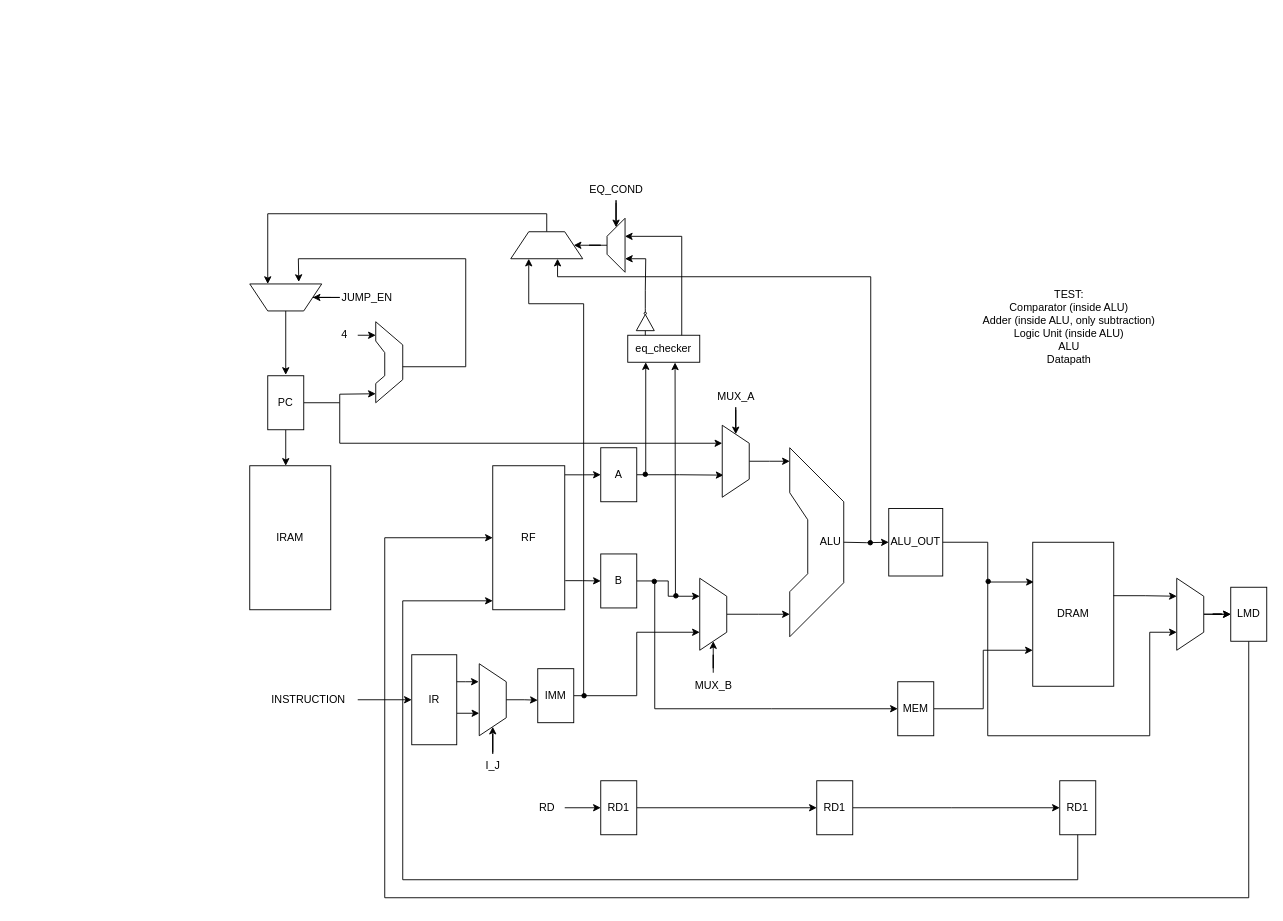
Earlier version of the draw.io diagram dlx.drawio (Luca-002/dlx). Source tidied: cells renumbered, new cells numbered last; positions are measured from the earlier drawing's top-left corner, leaving out a move shared by most shapes. Both pictures are drawn from the tidied source at 90%, with x=0, y=0 at pixel (249, 176).
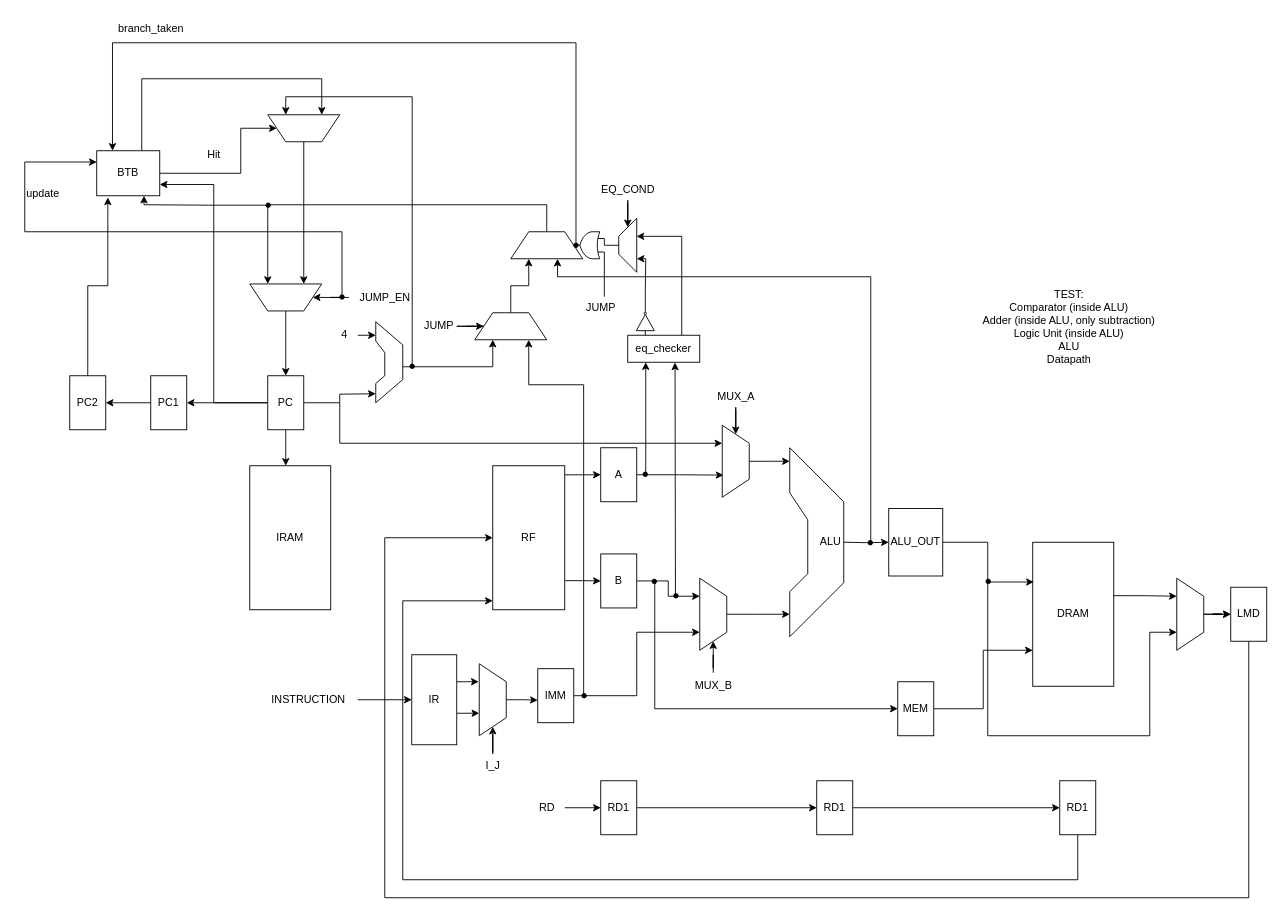
Above is the later version.

Unchanged cells that the change refers to:
```xml
<mxCell id="39" value="PC" style="whiteSpace=wrap;html=1;" parent="1" vertex="1">
  <mxGeometry x="20" y="222" width="40" height="60" as="geometry" />
</mxCell>
<mxCell id="65" style="shape=trapezoid;perimeter=trapezoidPerimeter;whiteSpace=wrap;html=1;fixedSize=1;rotation=0;" parent="1" vertex="1">
  <mxGeometry x="290" y="62" width="80" height="30" as="geometry" />
</mxCell>
```

Diff of the diagram source:
```diff
@@
+    <mxCell id="102" style="edgeStyle=orthogonalEdgeStyle;rounded=0;jettySize=auto;html=1;entryX=1;entryY=0.75;entryDx=0;entryDy=0;" parent="1" edge="1" source="39" target="121">
+      <mxGeometry relative="1" as="geometry" />
+    </mxCell>
+    <mxCell id="103" style="edgeStyle=orthogonalEdgeStyle;rounded=0;jettySize=auto;html=1;entryX=1;entryY=0.5;entryDx=0;entryDy=0;" parent="1" edge="1" source="39" target="126">
+      <mxGeometry relative="1" as="geometry" />
+    </mxCell>
@@
-    <mxCell id="64" style="edgeStyle=orthogonalEdgeStyle;rounded=0;jettySize=auto;html=1;entryX=0.75;entryY=1;entryDx=0;entryDy=0;" parent="1" edge="1" source="65" target="92">
-      <mxGeometry relative="1" as="geometry">
-        <Array as="points">
-          <mxPoint x="330" y="42" />
-          <mxPoint x="20" y="42" />
-        </Array>
-      </mxGeometry>
-    </mxCell>
+    <mxCell id="104" style="edgeStyle=orthogonalEdgeStyle;rounded=0;jettySize=auto;html=1;entryX=0.75;entryY=1;entryDx=0;entryDy=0;" parent="1" edge="1" source="65" target="110">
+      <mxGeometry relative="1" as="geometry">
+        <Array as="points">
+          <mxPoint x="330" y="32" />
+          <mxPoint x="20" y="32" />
+        </Array>
+      </mxGeometry>
+    </mxCell>
@@
-    <mxCell id="78" style="edgeStyle=orthogonalEdgeStyle;rounded=0;jettySize=auto;html=1;entryX=0;entryY=0.5;entryDx=0;entryDy=0;" parent="1" edge="1" source="79" target="92">
-      <mxGeometry relative="1" as="geometry" />
-    </mxCell>
+    <mxCell id="105" style="edgeStyle=orthogonalEdgeStyle;rounded=0;jettySize=auto;html=1;entryX=0;entryY=0.5;entryDx=0;entryDy=0;" parent="1" edge="1" source="79" target="107">
+      <mxGeometry relative="1" as="geometry" />
+    </mxCell>
-    <mxCell id="79" value="JUMP_EN" style="text;html=1;align=center;verticalAlign=middle;points=[];strokeColor=none;fillColor=none;" parent="1" vertex="1">
-      <mxGeometry x="90" y="120" width="80" height="30" as="geometry" />
+    <mxCell id="79" value="JUMP" style="text;html=1;align=center;verticalAlign=middle;points=[];strokeColor=none;fillColor=none;" parent="1" vertex="1">
+      <mxGeometry x="180" y="152" width="60" height="30" as="geometry" />
     </mxCell>
-    <mxCell id="80" style="edgeStyle=orthogonalEdgeStyle;rounded=0;jettySize=auto;html=1;" parent="1" edge="1" source="81" target="65">
-      <mxGeometry relative="1" as="geometry" />
-    </mxCell>
     <mxCell id="81" style="shape=trapezoid;perimeter=trapezoidPerimeter;whiteSpace=wrap;html=1;fixedSize=1;rotation=-90;" parent="1" vertex="1">
-      <mxGeometry x="377" y="67" width="60" height="20" as="geometry" />
+      <mxGeometry x="390" y="67" width="60" height="20" as="geometry" />
     </mxCell>
@@
     <mxCell id="86" value="EQ_COND" style="text;html=1;align=center;verticalAlign=middle;points=[];strokeColor=none;fillColor=none;" parent="1" vertex="1">
-      <mxGeometry x="367" width="80" height="30" as="geometry" />
+      <mxGeometry x="380" width="80" height="30" as="geometry" />
     </mxCell>
@@
-    <mxCell id="92" style="shape=trapezoid;perimeter=trapezoidPerimeter;whiteSpace=wrap;html=1;fixedSize=1;rotation=-180;" parent="1" vertex="1">
-      <mxGeometry y="120" width="80" height="30" as="geometry" />
-    </mxCell>
-    <mxCell id="93" style="endArrow=classic;html=1;rounded=0;entryX=0.319;entryY=1.074;entryDx=0;entryDy=0;entryPerimeter=0;" parent="1" edge="1" target="92">
-      <mxGeometry relative="1" as="geometry">
-        <mxPoint x="170" y="212" as="sourcePoint" />
-        <Array as="points">
-          <mxPoint x="240" y="212" />
-          <mxPoint x="240" y="92" />
-          <mxPoint x="54" y="92" />
-        </Array>
-      </mxGeometry>
-    </mxCell>
-    <mxCell id="94" style="edgeStyle=orthogonalEdgeStyle;rounded=0;jettySize=auto;html=1;" parent="1" edge="1" source="92">
-      <mxGeometry relative="1" as="geometry">
-        <mxPoint x="40" y="221" as="targetPoint" />
-        <Array as="points">
-          <mxPoint x="40" y="221" />
-        </Array>
-      </mxGeometry>
-    </mxCell>
-    <mxCell id="95" style="endArrow=classic;html=1;rounded=0;entryX=0.25;entryY=1;entryDx=0;entryDy=0;" parent="1" edge="1" target="65">
+    <mxCell id="95" style="endArrow=classic;html=1;rounded=0;entryX=0.75;entryY=1;entryDx=0;entryDy=0;" parent="1" edge="1" target="107">
       <mxGeometry relative="1" as="geometry">
         <mxPoint x="371" y="577" as="sourcePoint" />
         <Array as="points">
-          <mxPoint x="371" y="142" />
-          <mxPoint x="310" y="142" />
+          <mxPoint x="371" y="232" />
+          <mxPoint x="310" y="232" />
         </Array>
       </mxGeometry>
     </mxCell>
@@
+    <mxCell id="106" style="edgeStyle=orthogonalEdgeStyle;rounded=0;jettySize=auto;html=1;entryX=0.25;entryY=1;entryDx=0;entryDy=0;" parent="1" edge="1" source="107" target="65">
+      <mxGeometry relative="1" as="geometry" />
+    </mxCell>
+    <mxCell id="107" style="shape=trapezoid;perimeter=trapezoidPerimeter;whiteSpace=wrap;html=1;fixedSize=1;rotation=0;" parent="1" vertex="1">
+      <mxGeometry x="250" y="152" width="80" height="30" as="geometry" />
+    </mxCell>
+    <mxCell id="108" style="endArrow=classic;html=1;rounded=0;entryX=0.25;entryY=1;entryDx=0;entryDy=0;" parent="1" edge="1" target="107">
+      <mxGeometry relative="1" as="geometry">
+        <mxPoint x="170" y="212" as="sourcePoint" />
+        <Array as="points">
+          <mxPoint x="270" y="212" />
+        </Array>
+      </mxGeometry>
+    </mxCell>
+    <mxCell id="109" style="edgeStyle=orthogonalEdgeStyle;rounded=0;jettySize=auto;html=1;" parent="1" edge="1" source="110" target="39">
+      <mxGeometry relative="1" as="geometry" />
+    </mxCell>
+    <mxCell id="110" style="shape=trapezoid;perimeter=trapezoidPerimeter;whiteSpace=wrap;html=1;fixedSize=1;rotation=-180;" parent="1" vertex="1">
+      <mxGeometry y="120" width="80" height="30" as="geometry" />
+    </mxCell>
+    <mxCell id="111" style="endArrow=none;html=1;rounded=0;entryX=0.5;entryY=0;entryDx=0;entryDy=0;exitX=0;exitY=0.75;exitDx=0;exitDy=0;exitPerimeter=0;" parent="1" edge="1" source="118" target="81">
+      <mxGeometry relative="1" as="geometry">
+        <Array as="points">
+          <mxPoint x="394" y="77" />
+        </Array>
+      </mxGeometry>
+    </mxCell>
+    <mxCell id="112" value="JUMP" style="text;html=1;align=center;verticalAlign=middle;points=[];strokeColor=none;fillColor=none;" parent="1" vertex="1">
+      <mxGeometry x="360" y="132" width="60" height="30" as="geometry" />
+    </mxCell>
+    <mxCell id="113" style="endArrow=none;html=1;rounded=0;entryX=0;entryY=0.25;entryDx=0;entryDy=0;entryPerimeter=0;exitX=0.566;exitY=0.07;exitDx=0;exitDy=0;exitPerimeter=0;" parent="1" edge="1" source="112" target="118">
+      <mxGeometry relative="1" as="geometry" />
+    </mxCell>
+    <mxCell id="114" style="edgeStyle=orthogonalEdgeStyle;rounded=0;jettySize=auto;html=1;entryX=0.75;entryY=1;entryDx=0;entryDy=0;" parent="1" edge="1" source="115" target="123">
+      <mxGeometry relative="1" as="geometry">
+        <Array as="points">
+          <mxPoint x="180" y="-88" />
+          <mxPoint x="40" y="-88" />
+        </Array>
+      </mxGeometry>
+    </mxCell>
+    <mxCell id="115" style="ellipse;whiteSpace=wrap;html=1;fillColor=#000000;" parent="1" vertex="1">
+      <mxGeometry x="178" y="209" width="5" height="5" as="geometry" />
+    </mxCell>
+    <mxCell id="116" style="edgeStyle=orthogonalEdgeStyle;rounded=0;jettySize=auto;html=1;entryX=0;entryY=0.5;entryDx=0;entryDy=0;" parent="1" edge="1" source="117" target="110">
+      <mxGeometry relative="1" as="geometry" />
+    </mxCell>
+    <mxCell id="117" value="JUMP_EN" style="text;html=1;align=center;verticalAlign=middle;points=[];strokeColor=none;fillColor=none;" parent="1" vertex="1">
+      <mxGeometry x="110" y="120" width="80" height="30" as="geometry" />
+    </mxCell>
+    <mxCell id="118" style="verticalLabelPosition=bottom;shadow=0;dashed=0;align=center;html=1;verticalAlign=top;shape=mxgraph.electrical.logic_gates.logic_gate;operation=or;rotation=-180;" parent="1" vertex="1">
+      <mxGeometry x="360" y="62" width="34" height="30" as="geometry" />
+    </mxCell>
+    <mxCell id="119" style="edgeStyle=orthogonalEdgeStyle;rounded=0;jettySize=auto;html=1;entryX=1;entryY=0.5;entryDx=0;entryDy=0;" parent="1" edge="1" source="121" target="123">
+      <mxGeometry relative="1" as="geometry">
+        <Array as="points">
+          <mxPoint x="-10" y="-3" />
+          <mxPoint x="-10" y="-53" />
+        </Array>
+      </mxGeometry>
+    </mxCell>
+    <mxCell id="120" style="edgeStyle=orthogonalEdgeStyle;rounded=0;jettySize=auto;html=1;entryX=0.25;entryY=1;entryDx=0;entryDy=0;" parent="1" edge="1" source="121" target="123">
+      <mxGeometry relative="1" as="geometry">
+        <Array as="points">
+          <mxPoint x="-120" y="-108" />
+          <mxPoint x="80" y="-108" />
+        </Array>
+      </mxGeometry>
+    </mxCell>
+    <mxCell id="121" value="&lt;div&gt;BTB&lt;/div&gt;" style="whiteSpace=wrap;html=1;" parent="1" vertex="1">
+      <mxGeometry x="-170" y="-28" width="70" height="50" as="geometry" />
+    </mxCell>
+    <mxCell id="122" style="edgeStyle=orthogonalEdgeStyle;rounded=0;jettySize=auto;html=1;entryX=0.25;entryY=1;entryDx=0;entryDy=0;" parent="1" edge="1" source="123" target="110">
+      <mxGeometry relative="1" as="geometry" />
+    </mxCell>
+    <mxCell id="123" style="shape=trapezoid;perimeter=trapezoidPerimeter;whiteSpace=wrap;html=1;fixedSize=1;rotation=-180;" parent="1" vertex="1">
+      <mxGeometry x="20" y="-68" width="80" height="30" as="geometry" />
+    </mxCell>
+    <mxCell id="124" value="Hit" style="text;html=1;align=center;verticalAlign=middle;strokeColor=none;fillColor=none;" parent="1" vertex="1">
+      <mxGeometry x="-60" y="-38" width="40" height="30" as="geometry" />
+    </mxCell>
+    <mxCell id="125" style="edgeStyle=orthogonalEdgeStyle;rounded=0;jettySize=auto;html=1;" parent="1" edge="1" source="126" target="127">
+      <mxGeometry relative="1" as="geometry" />
+    </mxCell>
+    <mxCell id="126" value="PC1" style="whiteSpace=wrap;html=1;" parent="1" vertex="1">
+      <mxGeometry x="-110" y="222" width="40" height="60" as="geometry" />
+    </mxCell>
+    <mxCell id="127" value="PC2" style="whiteSpace=wrap;html=1;" parent="1" vertex="1">
+      <mxGeometry x="-200" y="222" width="40" height="60" as="geometry" />
+    </mxCell>
+    <mxCell id="128" style="edgeStyle=orthogonalEdgeStyle;rounded=0;jettySize=auto;html=1;entryX=0.176;entryY=1.037;entryDx=0;entryDy=0;entryPerimeter=0;" parent="1" edge="1" source="127" target="121">
+      <mxGeometry relative="1" as="geometry" />
+    </mxCell>
+    <mxCell id="129" style="edgeStyle=orthogonalEdgeStyle;rounded=0;jettySize=auto;html=1;entryX=0.75;entryY=1;entryDx=0;entryDy=0;" parent="1" edge="1" source="130" target="121">
+      <mxGeometry relative="1" as="geometry">
+        <Array as="points">
+          <mxPoint x="-41" y="33" />
+          <mxPoint x="-117" y="32" />
+        </Array>
+      </mxGeometry>
+    </mxCell>
+    <mxCell id="130" style="ellipse;whiteSpace=wrap;html=1;fillColor=#000000;" parent="1" vertex="1">
+      <mxGeometry x="18" y="30" width="5" height="5" as="geometry" />
+    </mxCell>
+    <mxCell id="131" style="edgeStyle=orthogonalEdgeStyle;rounded=0;jettySize=auto;html=1;entryX=0;entryY=0.25;entryDx=0;entryDy=0;" parent="1" edge="1" source="132" target="121">
+      <mxGeometry relative="1" as="geometry">
+        <Array as="points">
+          <mxPoint x="103" y="62" />
+          <mxPoint x="-250" y="62" />
+          <mxPoint x="-250" y="-15" />
+        </Array>
+      </mxGeometry>
+    </mxCell>
+    <mxCell id="132" style="ellipse;whiteSpace=wrap;html=1;fillColor=#000000;" parent="1" vertex="1">
+      <mxGeometry x="100" y="132" width="5" height="5" as="geometry" />
+    </mxCell>
+    <mxCell id="133" value="update" style="text;html=1;align=center;verticalAlign=middle;strokeColor=none;fillColor=none;" parent="1" vertex="1">
+      <mxGeometry x="-260" y="5" width="60" height="30" as="geometry" />
+    </mxCell>
+    <mxCell id="134" style="edgeStyle=orthogonalEdgeStyle;rounded=0;jettySize=auto;html=1;entryX=0.25;entryY=0;entryDx=0;entryDy=0;" parent="1" edge="1" source="135" target="121">
+      <mxGeometry relative="1" as="geometry">
+        <Array as="points">
+          <mxPoint x="363" y="-148" />
+          <mxPoint x="-153" y="-148" />
+        </Array>
+      </mxGeometry>
+    </mxCell>
+    <mxCell id="135" style="ellipse;whiteSpace=wrap;html=1;fillColor=#000000;" parent="1" vertex="1">
+      <mxGeometry x="360" y="74.5" width="5" height="5" as="geometry" />
+    </mxCell>
+    <mxCell id="136" value="&lt;div&gt;branch_taken&lt;/div&gt;" style="text;html=1;align=center;verticalAlign=middle;strokeColor=none;fillColor=none;" parent="1" vertex="1">
+      <mxGeometry x="-160" y="-178" width="100" height="30" as="geometry" />
+    </mxCell>
```
